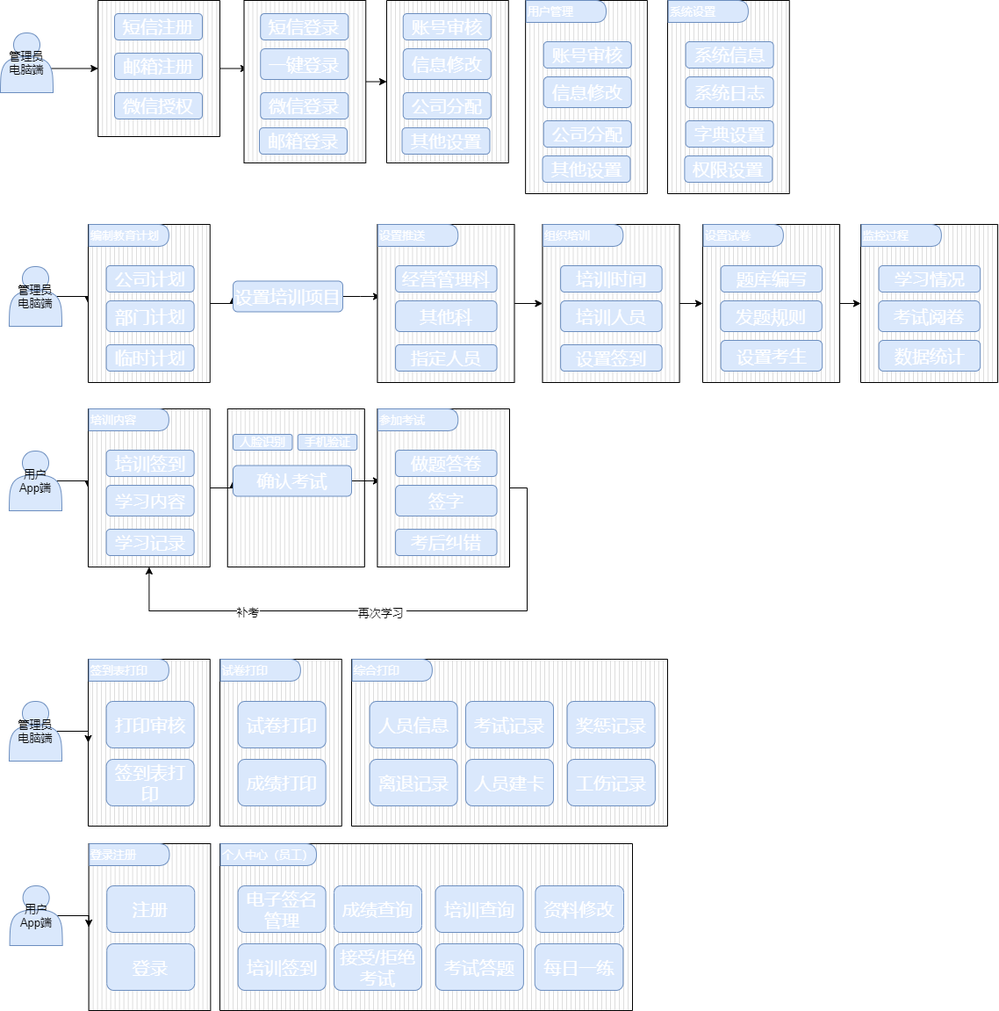
Above: Untitled Diagram.drawio.png in lenonjone/Toolkits (draw.io), before the change. Source tidied: cells renumbered, new cells last; positions are measured from the earlier drawing's top-left corner, leaving out a move shared by most shapes.
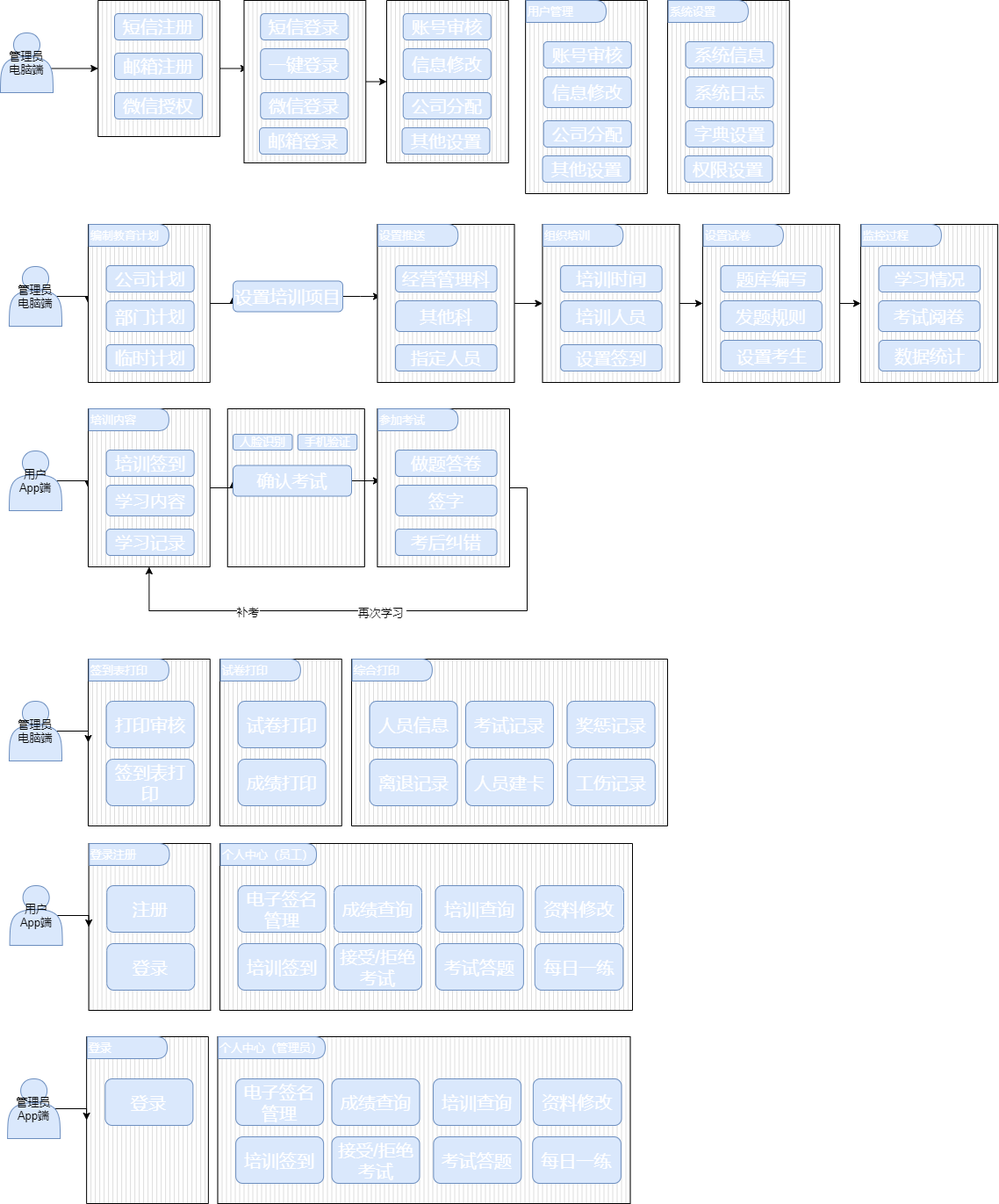
Above is the later version.

Change to the diagram source:
```diff
@@ -364,5 +364,50 @@
     <mxCell id="119" value="每日一练" style="rounded=1;whiteSpace=wrap;html=1;fillColor=#dae8fc;strokeColor=#6c8ebf;fontColor=#FFFFFF;fontStyle=0;fontSize=20;" parent="1" vertex="1">
       <mxGeometry x="608.7" y="1074" width="100.6" height="53" as="geometry" />
     </mxCell>
+    <mxCell id="120" style="verticalLabelPosition=bottom;verticalAlign=top;html=1;shape=mxgraph.basic.patternFillRect;fillStyle=vert;step=5;fillStrokeWidth=0.2;fillStrokeColor=#dddddd;fontSize=13;fontColor=#FFFFFF;" parent="1" vertex="1">
+      <mxGeometry x="98.1" y="1180" width="138.8" height="190" as="geometry" />
+    </mxCell>
+    <mxCell id="121" style="edgeStyle=orthogonalEdgeStyle;rounded=0;jettySize=auto;html=1;exitX=0.9;exitY=0.5;exitDx=0;exitDy=0;exitPerimeter=0;entryX=0;entryY=0.5;entryDx=0;entryDy=0;entryPerimeter=0;fontSize=13;fontColor=#FFFFFF;" parent="1" edge="1" source="122" target="120">
+      <mxGeometry relative="1" as="geometry" />
+    </mxCell>
+    <mxCell id="122" value="管理员&lt;br&gt;App端" style="shape=actor;whiteSpace=wrap;html=1;fontSize=13;fillColor=#dae8fc;strokeColor=#6c8ebf;" parent="1" vertex="1">
+      <mxGeometry x="8.1" y="1228" width="60" height="68" as="geometry" />
+    </mxCell>
+    <mxCell id="123" value="登录" style="rounded=1;whiteSpace=wrap;html=1;fillColor=#dae8fc;strokeColor=#6c8ebf;fontColor=#FFFFFF;fontStyle=0;fontSize=20;" parent="1" vertex="1">
+      <mxGeometry x="119.4" y="1228" width="100" height="53" as="geometry" />
+    </mxCell>
+    <mxCell id="124" value="登录" style="shape=delay;whiteSpace=wrap;html=1;fontSize=13;align=left;fillColor=#dae8fc;strokeColor=#6c8ebf;fontColor=#FFFFFF;" parent="1" vertex="1">
+      <mxGeometry x="98.7" y="1180" width="91.2" height="25" as="geometry" />
+    </mxCell>
+    <mxCell id="125" style="verticalLabelPosition=bottom;verticalAlign=top;html=1;shape=mxgraph.basic.patternFillRect;fillStyle=vert;step=5;fillStrokeWidth=0.2;fillStrokeColor=#dddddd;fontSize=13;fontColor=#FFFFFF;" parent="1" vertex="1">
+      <mxGeometry x="247.5" y="1180" width="470" height="190" as="geometry" />
+    </mxCell>
+    <mxCell id="126" value="电子签名管理" style="rounded=1;whiteSpace=wrap;html=1;fillColor=#dae8fc;strokeColor=#6c8ebf;fontColor=#FFFFFF;fontStyle=0;fontSize=20;" parent="1" vertex="1">
+      <mxGeometry x="268.1" y="1228" width="100" height="53" as="geometry" />
+    </mxCell>
+    <mxCell id="127" value="培训签到" style="rounded=1;whiteSpace=wrap;html=1;fillColor=#dae8fc;strokeColor=#6c8ebf;fontColor=#FFFFFF;fontStyle=0;fontSize=20;" parent="1" vertex="1">
+      <mxGeometry x="268.1" y="1294" width="100" height="53" as="geometry" />
+    </mxCell>
+    <mxCell id="128" value="个人中心（管理员）" style="shape=delay;whiteSpace=wrap;html=1;fontSize=13;align=left;fillColor=#dae8fc;strokeColor=#6c8ebf;fontColor=#FFFFFF;" parent="1" vertex="1">
+      <mxGeometry x="248.1" y="1180" width="121.9" height="25" as="geometry" />
+    </mxCell>
+    <mxCell id="129" value="成绩查询" style="rounded=1;whiteSpace=wrap;html=1;fillColor=#dae8fc;strokeColor=#6c8ebf;fontColor=#FFFFFF;fontStyle=0;fontSize=20;" parent="1" vertex="1">
+      <mxGeometry x="377.5" y="1228" width="100" height="53" as="geometry" />
+    </mxCell>
+    <mxCell id="130" value="接受/拒绝考试" style="rounded=1;whiteSpace=wrap;html=1;fillColor=#dae8fc;strokeColor=#6c8ebf;fontColor=#FFFFFF;fontStyle=0;fontSize=20;" parent="1" vertex="1">
+      <mxGeometry x="377.5" y="1294" width="100" height="53" as="geometry" />
+    </mxCell>
+    <mxCell id="131" value="培训查询" style="rounded=1;whiteSpace=wrap;html=1;fillColor=#dae8fc;strokeColor=#6c8ebf;fontColor=#FFFFFF;fontStyle=0;fontSize=20;" parent="1" vertex="1">
+      <mxGeometry x="493.1" y="1228" width="100" height="53" as="geometry" />
+    </mxCell>
+    <mxCell id="132" value="考试答题" style="rounded=1;whiteSpace=wrap;html=1;fillColor=#dae8fc;strokeColor=#6c8ebf;fontColor=#FFFFFF;fontStyle=0;fontSize=20;" parent="1" vertex="1">
+      <mxGeometry x="493.4" y="1294" width="100" height="53" as="geometry" />
+    </mxCell>
+    <mxCell id="133" value="资料修改" style="rounded=1;whiteSpace=wrap;html=1;fillColor=#dae8fc;strokeColor=#6c8ebf;fontColor=#FFFFFF;fontStyle=0;fontSize=20;" parent="1" vertex="1">
+      <mxGeometry x="606.9" y="1228" width="100.6" height="53" as="geometry" />
+    </mxCell>
+    <mxCell id="134" value="每日一练" style="rounded=1;whiteSpace=wrap;html=1;fillColor=#dae8fc;strokeColor=#6c8ebf;fontColor=#FFFFFF;fontStyle=0;fontSize=20;" parent="1" vertex="1">
+      <mxGeometry x="606.2" y="1294" width="100.6" height="53" as="geometry" />
+    </mxCell>
   </root>
 </mxGraphModel>
```
